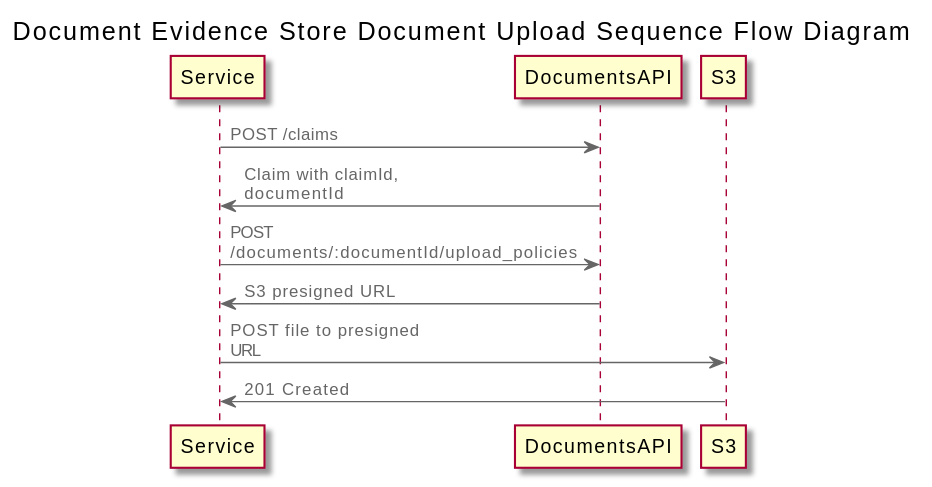
This is docs/diagrams/document-upload-sequence-flow.svg from LBHackney-IT/evidence-api, a PlantUML export, as it was before one commit.
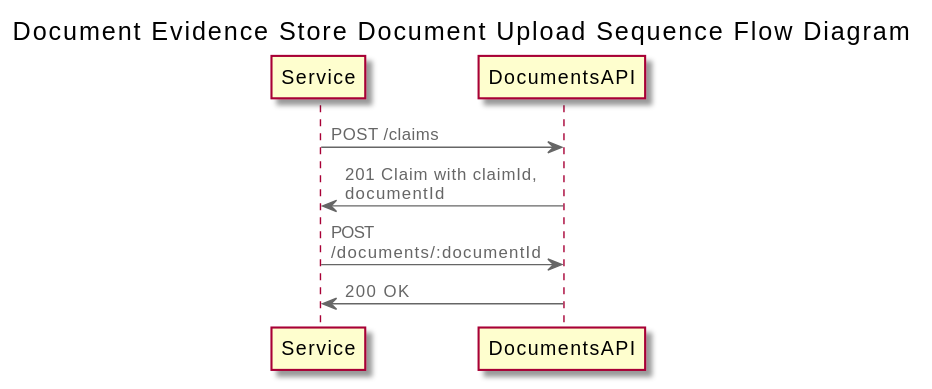
The same diagram one commit later.

Commit message:
DES-309: remove upload policy calls; updated upload sequence flow diagram

Diff of the diagram source:
```diff
@@ -5,9 +5,7 @@
 title Document Evidence Store Document Upload Sequence Flow Diagram
 
 Service -> DocumentsAPI: POST /claims
-Service <- DocumentsAPI: Claim with claimId, documentId
-Service -> DocumentsAPI: POST /documents/:documentId/upload_policies
-Service <- DocumentsAPI: S3 presigned URL
-Service -> S3: POST file to presigned URL
-Service <- S3: 201 Created
+Service <- DocumentsAPI: 201 Claim with claimId, documentId
+Service -> DocumentsAPI: POST /documents/:documentId
+Service <- DocumentsAPI: 200 OK
 @enduml
```
